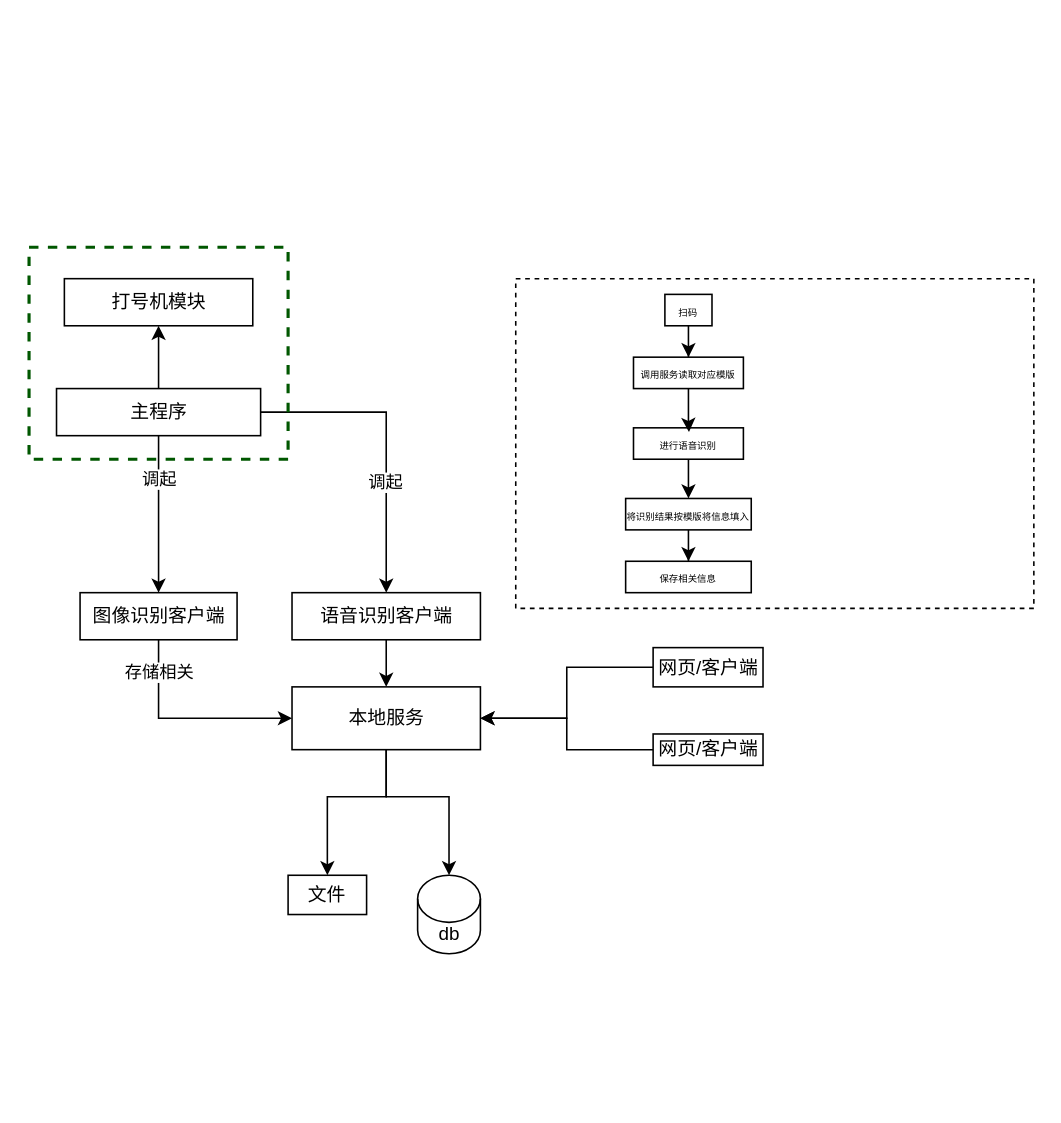
Before: page "第 2 页" (2 of 2) of answer.drawio in yxAnswer/draw.io, a draw.io diagram. Source tidied: cells renumbered, new cells numbered last; positions are measured from the earlier drawing's top-left corner, leaving out a move shared by most shapes. Both pictures are drawn from the tidied source at 157%, with x=0, y=0 at pixel (28, 246).
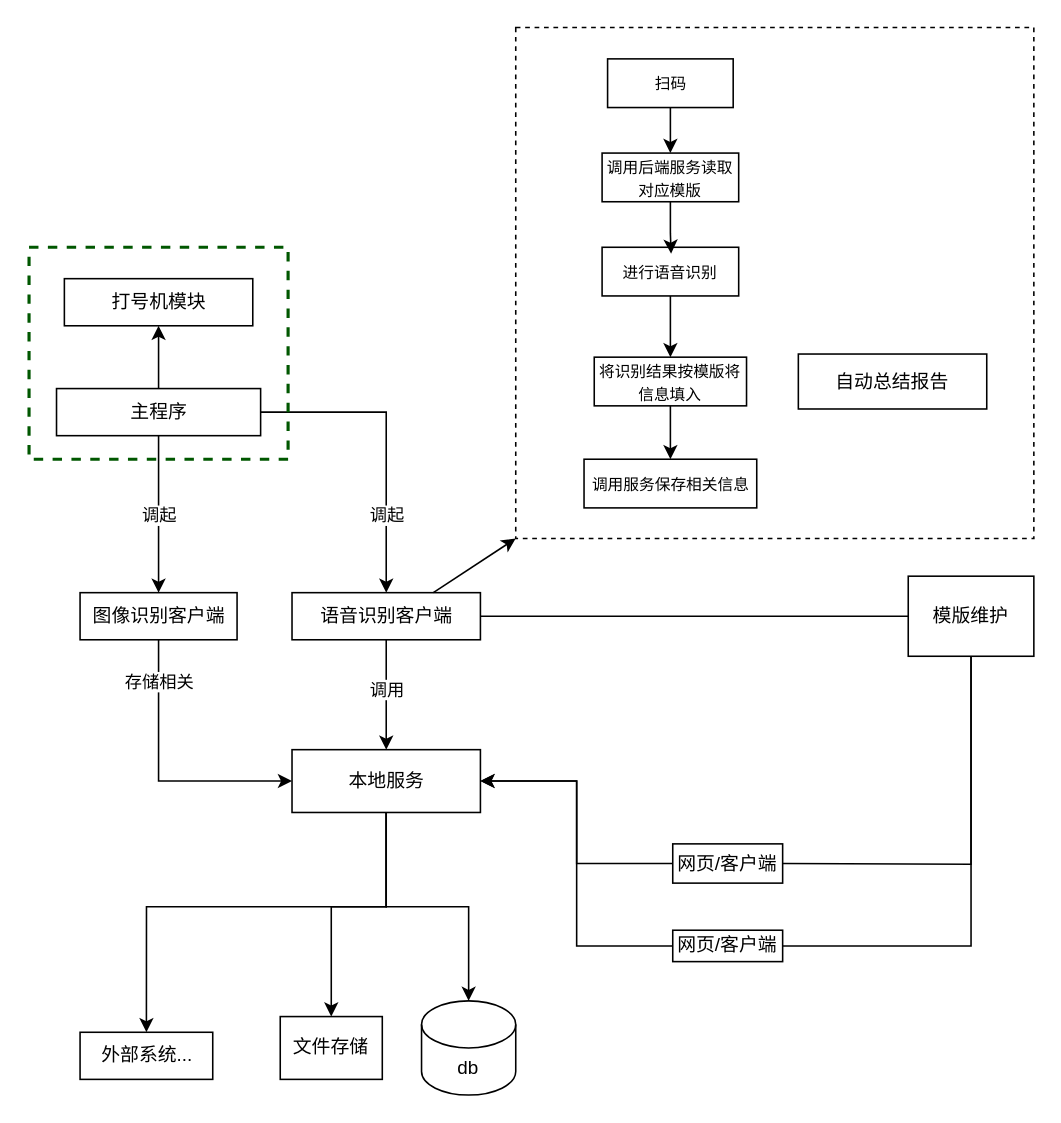
The same diagram, later.

The change refers to these unchanged cells:
```xml
<mxCell id="5" style="edgeStyle=orthogonalEdgeStyle;rounded=0;jettySize=auto;html=1;entryX=0.5;entryY=0;entryDx=0;entryDy=0;" parent="1" edge="1" source="6" target="3">
  <mxGeometry relative="1" as="geometry" />
</mxCell>
<mxCell id="6" value="语音识别客户端" style="rounded=0;whiteSpace=wrap;html=1;" parent="1" vertex="1">
  <mxGeometry x="167.5" y="220" width="120" height="30" as="geometry" />
</mxCell>
<mxCell id="13" value="图像识别客户端" style="rounded=0;whiteSpace=wrap;html=1;" parent="1" vertex="1">
  <mxGeometry x="32.5" y="220" width="100" height="30" as="geometry" />
</mxCell>
<mxCell id="14" style="edgeStyle=orthogonalEdgeStyle;rounded=0;jettySize=auto;html=1;entryX=0.5;entryY=0;entryDx=0;entryDy=0;" parent="1" edge="1" source="19" target="13">
  <mxGeometry relative="1" as="geometry" />
</mxCell>
<mxCell id="16" style="edgeStyle=orthogonalEdgeStyle;rounded=0;jettySize=auto;html=1;entryX=0.5;entryY=0;entryDx=0;entryDy=0;" parent="1" edge="1" source="19" target="6">
  <mxGeometry relative="1" as="geometry" />
</mxCell>
```

Diff of the diagram source:
```diff
@@
     <mxCell id="2" style="edgeStyle=orthogonalEdgeStyle;rounded=0;jettySize=auto;html=1;entryX=0.5;entryY=0;entryDx=0;entryDy=0;" parent="1" edge="1" source="3" target="22">
       <mxGeometry relative="1" as="geometry">
         <Array as="points">
-          <mxPoint x="227.5" y="350" />
-          <mxPoint x="189.5" y="350" />
+          <mxPoint x="227" y="420" />
+          <mxPoint x="193" y="420" />
         </Array>
       </mxGeometry>
     </mxCell>
+    <mxCell id="34" style="edgeStyle=orthogonalEdgeStyle;rounded=0;jettySize=auto;html=1;entryX=0.5;entryY=0;entryDx=0;entryDy=0;" parent="1" edge="1" source="3" target="38">
+      <mxGeometry relative="1" as="geometry">
+        <Array as="points">
+          <mxPoint x="227" y="420" />
+          <mxPoint x="75" y="420" />
+        </Array>
+      </mxGeometry>
+    </mxCell>
     <mxCell id="3" value="本地服务" style="rounded=0;whiteSpace=wrap;html=1;" parent="1" vertex="1">
-      <mxGeometry x="167.5" y="280" width="120" height="40" as="geometry" />
+      <mxGeometry x="167.5" y="320" width="120" height="40" as="geometry" />
     </mxCell>
     <mxCell id="4" value="db" style="shape=cylinder3;whiteSpace=wrap;html=1;boundedLbl=1;backgroundOutline=1;size=15;" parent="1" vertex="1">
-      <mxGeometry x="247.5" y="400" width="40" height="50" as="geometry" />
+      <mxGeometry x="250" y="480" width="60" height="60" as="geometry" />
     </mxCell>
@@
+    <mxCell id="35" value="调用" style="edgeLabel;html=1;align=center;verticalAlign=middle;" parent="5" vertex="1">
+      <mxGeometry x="-0.11" relative="1" as="geometry" />
+    </mxCell>
@@
     <mxCell id="8" value="网页/客户端" style="rounded=0;whiteSpace=wrap;html=1;" parent="1" vertex="1">
-      <mxGeometry x="397.5" y="255" width="70" height="25" as="geometry" />
+      <mxGeometry x="410" y="380" width="70" height="25" as="geometry" />
     </mxCell>
@@
     <mxCell id="10" value="网页/客户端" style="rounded=0;whiteSpace=wrap;html=1;" parent="1" vertex="1">
-      <mxGeometry x="397.5" y="310" width="70" height="20" as="geometry" />
+      <mxGeometry x="410" y="435" width="70" height="20" as="geometry" />
     </mxCell>
     <mxCell id="11" style="edgeStyle=orthogonalEdgeStyle;rounded=0;jettySize=auto;html=1;entryX=0;entryY=0.5;entryDx=0;entryDy=0;" parent="1" edge="1" source="13" target="3">
       <mxGeometry relative="1" as="geometry">
         <Array as="points">
-          <mxPoint x="82.5" y="300" />
+          <mxPoint x="83" y="340" />
         </Array>
       </mxGeometry>
     </mxCell>
@@
     <mxCell id="15" value="调起" style="edgeLabel;html=1;align=center;verticalAlign=middle;" parent="14" vertex="1">
-      <mxGeometry x="-0.46" relative="1" as="geometry" />
+      <mxGeometry x="-0.46" relative="1" as="geometry">
+        <mxPoint y="23" as="offset" />
+      </mxGeometry>
     </mxCell>
@@
     <mxCell id="17" value="调起" style="edgeLabel;html=1;align=center;verticalAlign=middle;" parent="16" vertex="1">
-      <mxGeometry x="0.27" y="-1" relative="1" as="geometry" />
+      <mxGeometry x="0.27" y="-1" relative="1" as="geometry">
+        <mxPoint x="1" y="21" as="offset" />
+      </mxGeometry>
     </mxCell>
@@
-    <mxCell id="22" value="文件" style="rounded=0;whiteSpace=wrap;html=1;" parent="1" vertex="1">
-      <mxGeometry x="165" y="400" width="50" height="25" as="geometry" />
+    <mxCell id="22" value="文件存储" style="rounded=0;whiteSpace=wrap;html=1;" parent="1" vertex="1">
+      <mxGeometry x="160" y="490" width="65" height="40" as="geometry" />
     </mxCell>
+    <mxCell id="24" style="rounded=0;whiteSpace=wrap;html=1;gradientColor=none;fillColor=none;strokeColor=light-dark(#000000,#994C00);dashed=1;" parent="1" vertex="1">
+      <mxGeometry x="310" y="-140" width="330" height="325.5" as="geometry" />
+    </mxCell>
     <mxCell id="23" style="edgeStyle=orthogonalEdgeStyle;rounded=0;jettySize=auto;html=1;entryX=0.5;entryY=0;entryDx=0;entryDy=0;entryPerimeter=0;" parent="1" edge="1" source="3" target="4">
       <mxGeometry relative="1" as="geometry">
         <Array as="points">
-          <mxPoint x="227.5" y="350" />
-          <mxPoint x="267.5" y="350" />
+          <mxPoint x="227" y="420" />
+          <mxPoint x="280" y="420" />
         </Array>
       </mxGeometry>
     </mxCell>
-    <mxCell id="24" style="rounded=0;whiteSpace=wrap;html=1;gradientColor=none;fillColor=none;strokeColor=light-dark(#000000,#994C00);dashed=1;" parent="1" vertex="1">
-      <mxGeometry x="310" y="20" width="330" height="210" as="geometry" />
-    </mxCell>
@@
-    <mxCell id="26" value="&lt;font style=&quot;font-size: 6px;&quot;&gt;扫码&lt;/font&gt;" style="rounded=0;whiteSpace=wrap;html=1;" parent="1" vertex="1">
-      <mxGeometry x="405" y="30" width="30" height="20" as="geometry" />
+    <mxCell id="26" value="&lt;font style=&quot;font-size: 10px;&quot;&gt;扫码&lt;/font&gt;" style="rounded=0;whiteSpace=wrap;html=1;" parent="1" vertex="1">
+      <mxGeometry x="368.5" y="-120" width="80" height="31" as="geometry" />
     </mxCell>
-    <mxCell id="27" value="&lt;font style=&quot;font-size: 6px;&quot;&gt;调用服务读取对应模版&lt;/font&gt;" style="rounded=0;whiteSpace=wrap;html=1;" parent="1" vertex="1">
-      <mxGeometry x="385" y="70" width="70" height="20" as="geometry" />
+    <mxCell id="27" value="&lt;font style=&quot;font-size: 10px;&quot;&gt;调用后端服务读取对应模版&lt;/font&gt;" style="rounded=0;whiteSpace=wrap;html=1;" parent="1" vertex="1">
+      <mxGeometry x="365" y="-60" width="87" height="31" as="geometry" />
     </mxCell>
@@
-    <mxCell id="29" value="&lt;span style=&quot;font-size: 6px;&quot;&gt;进行语音识别&lt;/span&gt;" style="rounded=0;whiteSpace=wrap;html=1;" parent="1" vertex="1">
-      <mxGeometry x="385" y="115" width="70" height="20" as="geometry" />
+    <mxCell id="29" value="&lt;font style=&quot;font-size: 10px;&quot;&gt;进行语音识别&lt;/font&gt;" style="rounded=0;whiteSpace=wrap;html=1;" parent="1" vertex="1">
+      <mxGeometry x="365" width="87" height="31" as="geometry" />
     </mxCell>
@@
-    <mxCell id="32" value="&lt;span style=&quot;font-size: 6px;&quot;&gt;将识别结果按模版将信息填入&lt;/span&gt;" style="rounded=0;whiteSpace=wrap;html=1;" parent="1" vertex="1">
-      <mxGeometry x="380" y="160" width="80" height="20" as="geometry" />
+    <mxCell id="32" value="&lt;font style=&quot;font-size: 10px;&quot;&gt;将识别结果按模版将信息填入&lt;/font&gt;" style="rounded=0;whiteSpace=wrap;html=1;" parent="1" vertex="1">
+      <mxGeometry x="360" y="70" width="97" height="31" as="geometry" />
     </mxCell>
-    <mxCell id="33" value="&lt;span style=&quot;font-size: 6px;&quot;&gt;保存相关信息&lt;/span&gt;" style="rounded=0;whiteSpace=wrap;html=1;" parent="1" vertex="1">
-      <mxGeometry x="380" y="200" width="80" height="20" as="geometry" />
+    <mxCell id="33" value="&lt;font style=&quot;font-size: 10px;&quot;&gt;调用服务保存相关信息&lt;/font&gt;" style="rounded=0;whiteSpace=wrap;html=1;" parent="1" vertex="1">
+      <mxGeometry x="353.5" y="135" width="110" height="31" as="geometry" />
     </mxCell>
+    <mxCell id="36" value="模版维护" style="rounded=0;whiteSpace=wrap;html=1;" parent="1" vertex="1">
+      <mxGeometry x="560" y="209.5" width="80" height="51" as="geometry" />
+    </mxCell>
+    <mxCell id="37" style="endArrow=classic;html=1;rounded=0;entryX=0;entryY=1;entryDx=0;entryDy=0;exitX=0.75;exitY=0;exitDx=0;exitDy=0;" parent="1" edge="1" source="6" target="24">
+      <mxGeometry relative="1" as="geometry" />
+    </mxCell>
+    <mxCell id="38" value="外部系统..." style="rounded=0;whiteSpace=wrap;html=1;" parent="1" vertex="1">
+      <mxGeometry x="32.5" y="500" width="84.5" height="30" as="geometry" />
+    </mxCell>
+    <mxCell id="39" value="自动总结报告" style="rounded=0;whiteSpace=wrap;html=1;" parent="1" vertex="1">
+      <mxGeometry x="490" y="68" width="120" height="35" as="geometry" />
+    </mxCell>
+    <mxCell id="40" style="endArrow=none;html=1;rounded=0;exitX=1;exitY=0.5;exitDx=0;exitDy=0;entryX=0;entryY=0.5;entryDx=0;entryDy=0;" parent="1" edge="1" source="6" target="36">
+      <mxGeometry relative="1" as="geometry" />
+    </mxCell>
+    <mxCell id="41" style="endArrow=none;html=1;rounded=0;exitX=1;exitY=0.5;exitDx=0;exitDy=0;entryX=0.5;entryY=1;entryDx=0;entryDy=0;" parent="1" edge="1" source="8" target="36">
+      <mxGeometry relative="1" as="geometry">
+        <Array as="points">
+          <mxPoint x="600" y="393" />
+        </Array>
+      </mxGeometry>
+    </mxCell>
+    <mxCell id="42" style="endArrow=none;html=1;rounded=0;exitX=1;exitY=0.5;exitDx=0;exitDy=0;entryX=0.5;entryY=1;entryDx=0;entryDy=0;" parent="1" edge="1" source="10" target="36">
+      <mxGeometry relative="1" as="geometry">
+        <Array as="points">
+          <mxPoint x="600" y="445" />
+        </Array>
+      </mxGeometry>
+    </mxCell>
```
